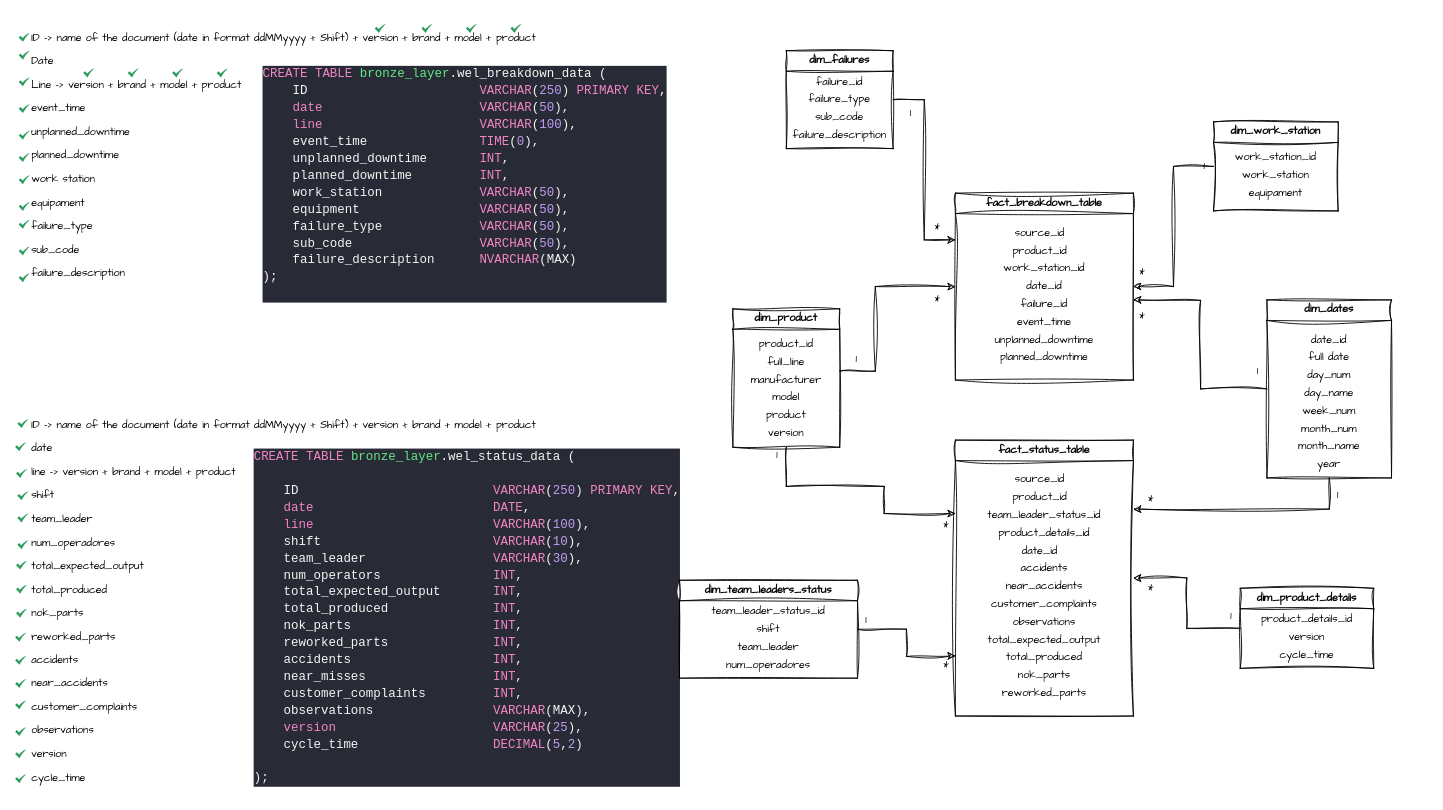
Edcysne/manufacturing-data-warehousing-and-analytics keeps this draw.io diagram as 02.images/drawio/silver_layer_schema.drawio. Above is the earlier version. Source tidied: cells renumbered, new cells numbered last; positions are measured from the earlier drawing's top-left corner, leaving out a move shared by most shapes. Both pictures are drawn from the tidied source at 89%, with x=0, y=0 at pixel (15, 14).
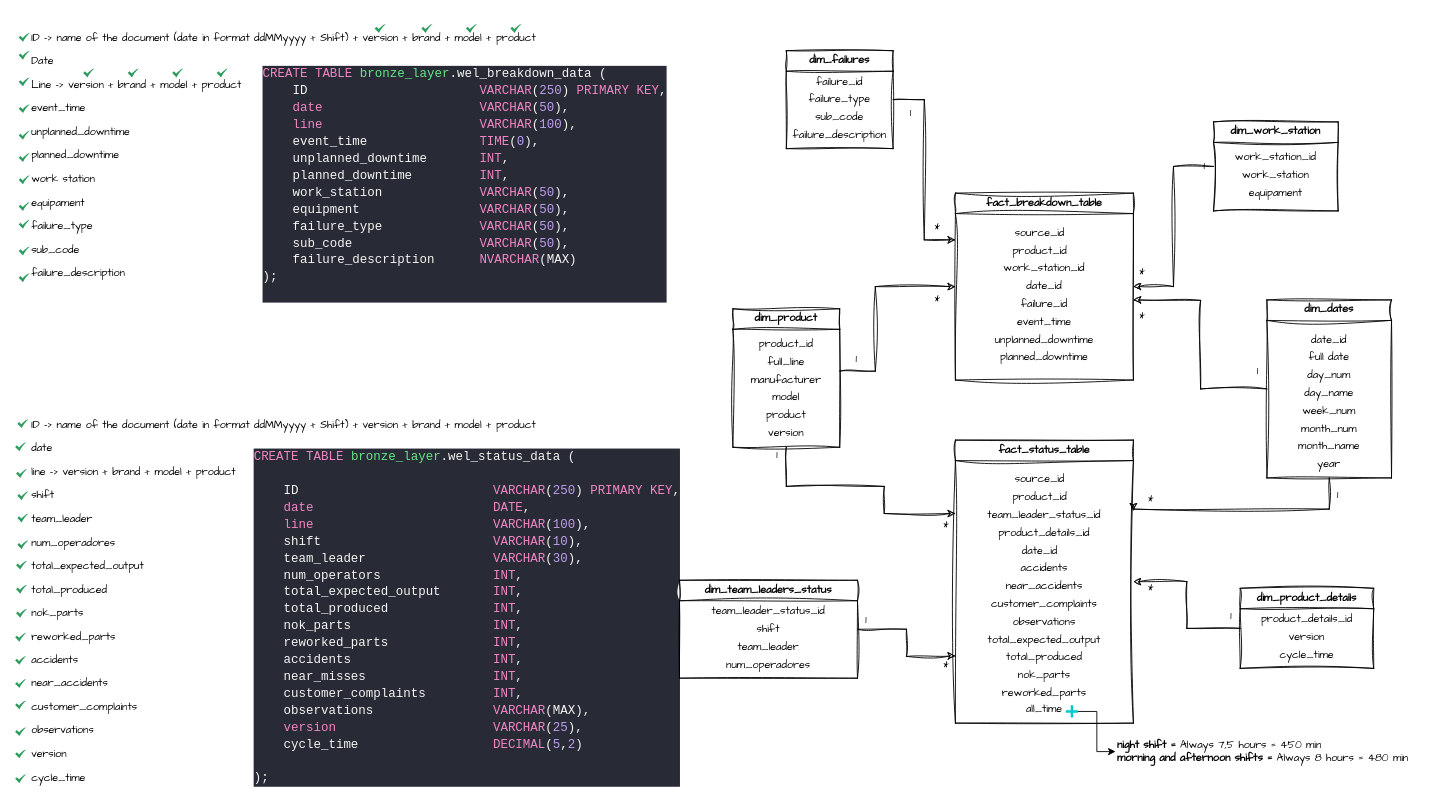
The same diagram, later.

Commit message (it also covers changes not shown here):
final shcemas drawings: - Silver layer: Added "all_time" that will work as a lookup table. Night shift 450 minutes and the rest will be 480 minutes; - Gold layer schema finnished and defined.

Change to the diagram source:
```diff
@@
     <mxCell id="70" value="fact_status_table" style="swimlane;whiteSpace=wrap;html=1;sketch=1;hachureGap=4;jiggle=2;curveFitting=1;fontFamily=Architects Daughter;" parent="1" vertex="1">
-      <mxGeometry x="1056" y="478" width="200" height="310" as="geometry" />
+      <mxGeometry x="1056" y="478" width="200" height="318" as="geometry" />
     </mxCell>
@@
+    <mxCell id="122" value="all_time" style="text;html=1;whiteSpace=wrap;strokeColor=none;fillColor=none;align=center;verticalAlign=middle;rounded=0;fontFamily=Architects Daughter;" parent="70" vertex="1">
+      <mxGeometry x="55" y="288" width="90" height="30" as="geometry" />
+    </mxCell>
+    <mxCell id="123" style="shape=cross;whiteSpace=wrap;html=1;strokeColor=none;fillColor=#00CCCC;" parent="70" vertex="1">
+      <mxGeometry x="124" y="298" width="13.8" height="13.8" as="geometry" />
+    </mxCell>
@@
+    <mxCell id="124" value="&lt;b&gt;night shift = &lt;/b&gt;Always 7,5 hours = 450 min&amp;nbsp;&lt;div&gt;&lt;b&gt;morning and afternoon shifts =&lt;/b&gt; Always 8 hours = 480 min&lt;/div&gt;" style="text;html=1;whiteSpace=wrap;strokeColor=none;fillColor=none;align=left;verticalAlign=middle;rounded=0;fontFamily=Architects Daughter;" parent="1" vertex="1">
+      <mxGeometry x="1236" y="810.5" width="350" height="35" as="geometry" />
+    </mxCell>
+    <mxCell id="125" style="edgeStyle=orthogonalEdgeStyle;rounded=0;jettySize=auto;html=1;entryX=0;entryY=0.5;entryDx=0;entryDy=0;" parent="1" edge="1" source="123" target="124">
+      <mxGeometry relative="1" as="geometry" />
+    </mxCell>
```
